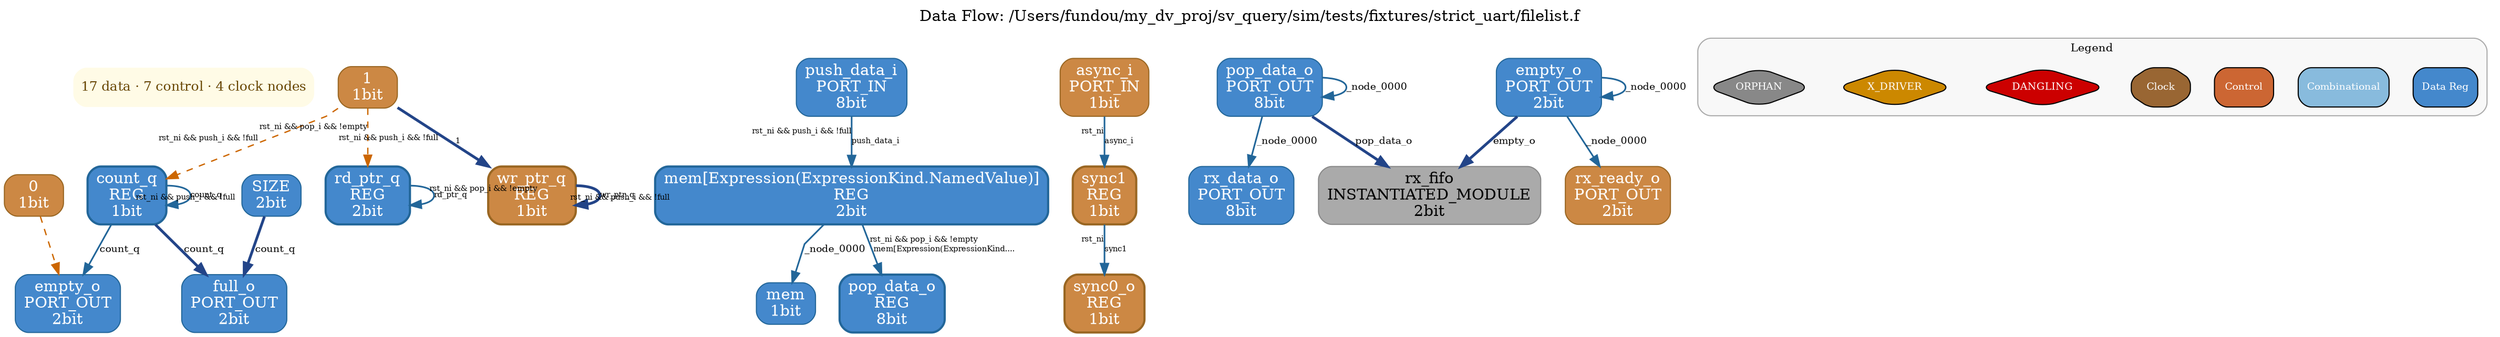
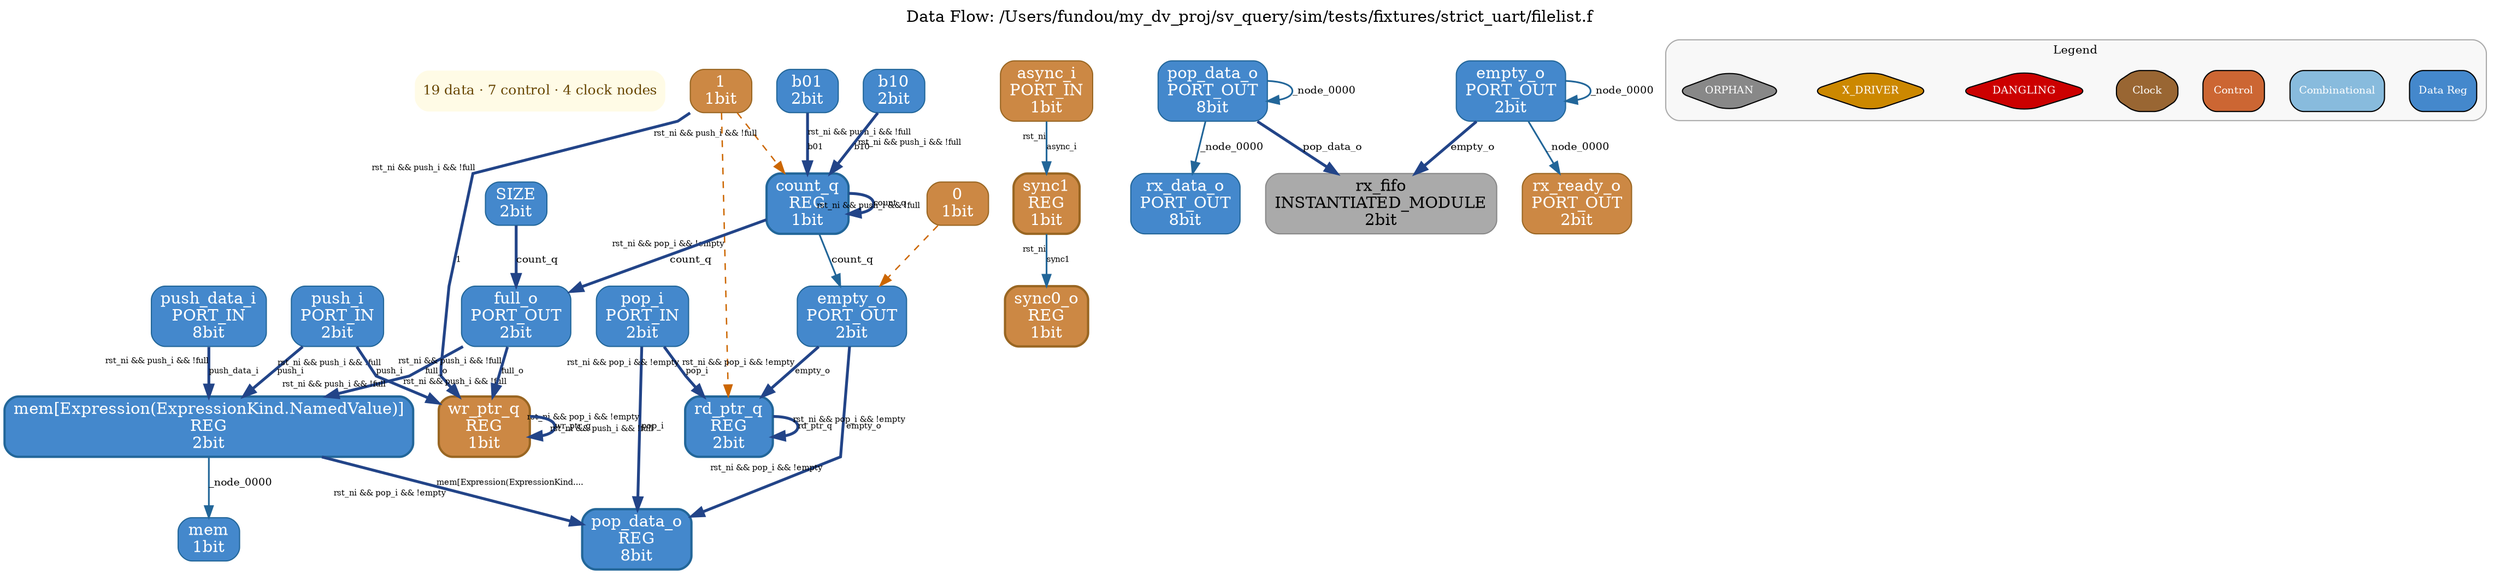
digraph dataflow {
  rankdir=TB;
  label="Data Flow: /Users/fundou/my_dv_proj/sv_query/sim/tests/fixtures/strict_uart/filelist.f";
  labelloc=t;
  fontsize=14;
  ranksep=0.5;
  nodesep=0.3;
  splines=polyline;

  // === TL;DR ===
-   TLDR [shape=plaintext, label="17 data · 7 control · 4 clock nodes",
+   TLDR [shape=plaintext, label="19 data · 7 control · 4 clock nodes",
        fontsize=12, fontcolor="#664400",
        fillcolor="#fffbe6", style="rounded,filled",
        margin=0.1];

  // === Nodes ===
  "0" [label="0\n1bit" shape=box style="rounded,filled" fillcolor="#cc8844" color="#996622" fontcolor="white" penwidth=1];
  "1" [label="1\n1bit" shape=box style="rounded,filled" fillcolor="#cc8844" color="#996622" fontcolor="white" penwidth=1];
  "sync_fifo.SIZE" [label="SIZE\n2bit" shape=box style="rounded,filled" fillcolor="#4488cc" color="#226699" fontcolor="white" penwidth=1];
+   "sync_fifo.b01" [label="b01\n2bit" shape=box style="rounded,filled" fillcolor="#4488cc" color="#226699" fontcolor="white" penwidth=1];
+   "sync_fifo.b10" [label="b10\n2bit" shape=box style="rounded,filled" fillcolor="#4488cc" color="#226699" fontcolor="white" penwidth=1];
  "sync_fifo.count_q" [label="count_q\nREG\n1bit" shape=box style="rounded,filled" fillcolor="#4488cc" color="#226699" fontcolor="white" penwidth=2];
  "sync_fifo.empty_o" [label="empty_o\nPORT_OUT\n2bit" shape=box style="rounded,filled" fillcolor="#4488cc" color="#226699" fontcolor="white" penwidth=1];
  "sync_fifo.full_o" [label="full_o\nPORT_OUT\n2bit" shape=box style="rounded,filled" fillcolor="#4488cc" color="#226699" fontcolor="white" penwidth=1];
  "sync_fifo.mem" [label="mem\n1bit" shape=box style="rounded,filled" fillcolor="#4488cc" color="#226699" fontcolor="white" penwidth=1];
  "sync_fifo.mem[Expression(ExpressionKind.NamedValue)]" [label="mem[Expression(ExpressionKind.NamedValue)]\nREG\n2bit" shape=box style="rounded,filled" fillcolor="#4488cc" color="#226699" fontcolor="white" penwidth=2];
  "sync_fifo.pop_data_o" [label="pop_data_o\nREG\n8bit" shape=box style="rounded,filled" fillcolor="#4488cc" color="#226699" fontcolor="white" penwidth=2];
+   "sync_fifo.pop_i" [label="pop_i\nPORT_IN\n2bit" shape=box style="rounded,filled" fillcolor="#4488cc" color="#226699" fontcolor="white" penwidth=1];
  "sync_fifo.push_data_i" [label="push_data_i\nPORT_IN\n8bit" shape=box style="rounded,filled" fillcolor="#4488cc" color="#226699" fontcolor="white" penwidth=1];
+   "sync_fifo.push_i" [label="push_i\nPORT_IN\n2bit" shape=box style="rounded,filled" fillcolor="#4488cc" color="#226699" fontcolor="white" penwidth=1];
  "sync_fifo.rd_ptr_q" [label="rd_ptr_q\nREG\n2bit" shape=box style="rounded,filled" fillcolor="#4488cc" color="#226699" fontcolor="white" penwidth=2];
  "sync_fifo.wr_ptr_q" [label="wr_ptr_q\nREG\n1bit" shape=box style="rounded,filled" fillcolor="#cc8844" color="#996622" fontcolor="white" penwidth=2];
  "synchronizer.async_i" [label="async_i\nPORT_IN\n1bit" shape=box style="rounded,filled" fillcolor="#cc8844" color="#996622" fontcolor="white" penwidth=1];
  "synchronizer.sync0_o" [label="sync0_o\nREG\n1bit" shape=box style="rounded,filled" fillcolor="#cc8844" color="#996622" fontcolor="white" penwidth=2];
  "synchronizer.sync1" [label="sync1\nREG\n1bit" shape=box style="rounded,filled" fillcolor="#cc8844" color="#996622" fontcolor="white" penwidth=2];
  "uart_top.rx_data_o" [label="rx_data_o\nPORT_OUT\n8bit" shape=box style="rounded,filled" fillcolor="#4488cc" color="#226699" fontcolor="white" penwidth=1];
  "uart_top.rx_fifo" [label="rx_fifo\nINSTANTIATED_MODULE\n2bit" shape=box style="rounded,filled" fillcolor="#aaaaaa" color="#888888" fontcolor="black" penwidth=1];
  "uart_top.rx_fifo.empty_o" [label="empty_o\nPORT_OUT\n2bit" shape=box style="rounded,filled" fillcolor="#4488cc" color="#226699" fontcolor="white" penwidth=1];
  "uart_top.rx_fifo.pop_data_o" [label="pop_data_o\nPORT_OUT\n8bit" shape=box style="rounded,filled" fillcolor="#4488cc" color="#226699" fontcolor="white" penwidth=1];
  "uart_top.rx_ready_o" [label="rx_ready_o\nPORT_OUT\n2bit" shape=box style="rounded,filled" fillcolor="#cc8844" color="#996622" fontcolor="white" penwidth=1];

  // === Data Edges ===
  "synchronizer.async_i" -> "synchronizer.sync1" [color="#226699", style=solid, penwidth=1.5, label="async_i", fontsize=9, xlabel="rst_ni", fontsize=7];
  "synchronizer.sync1" -> "synchronizer.sync0_o" [color="#226699", style=solid, penwidth=1.5, label="sync1", fontsize=9, xlabel="rst_ni", fontsize=7];
-   "sync_fifo.push_data_i" -> "sync_fifo.mem[Expression(ExpressionKind.NamedValue)]" [color="#226699", style=solid, penwidth=1.5, label="push_data_i", fontsize=9, xlabel="rst_ni && push_i && !full", fontsize=7];
+   "sync_fifo.push_i" -> "sync_fifo.mem[Expression(ExpressionKind.NamedValue)]" [color="#226699", style=solid, penwidth=1.5, label="push_i", fontsize=9, xlabel="rst_ni && push_i && !full", fontsize=7, penwidth=2.5, color="#224488"];
+   "sync_fifo.push_i" -> "sync_fifo.wr_ptr_q" [color="#226699", style=solid, penwidth=1.5, label="push_i", fontsize=9, xlabel="rst_ni && push_i && !full", fontsize=7, penwidth=2.5, color="#224488"];
+   "sync_fifo.pop_i" -> "sync_fifo.pop_data_o" [color="#226699", style=solid, penwidth=1.5, label="pop_i", fontsize=9, xlabel="rst_ni && pop_i && !empty", fontsize=7, penwidth=2.5, color="#224488"];
+   "sync_fifo.pop_i" -> "sync_fifo.rd_ptr_q" [color="#226699", style=solid, penwidth=1.5, label="pop_i", fontsize=9, xlabel="rst_ni && pop_i && !empty", fontsize=7, penwidth=2.5, color="#224488"];
+   "sync_fifo.push_data_i" -> "sync_fifo.mem[Expression(ExpressionKind.NamedValue)]" [color="#226699", style=solid, penwidth=1.5, label="push_data_i", fontsize=9, xlabel="rst_ni && push_i && !full", fontsize=7, penwidth=2.5, color="#224488"];
+   "sync_fifo.full_o" -> "sync_fifo.mem[Expression(ExpressionKind.NamedValue)]" [color="#226699", style=solid, penwidth=1.5, label="full_o", fontsize=9, xlabel="rst_ni && push_i && !full", fontsize=7, penwidth=2.5, color="#224488"];
+   "sync_fifo.full_o" -> "sync_fifo.wr_ptr_q" [color="#226699", style=solid, penwidth=1.5, label="full_o", fontsize=9, xlabel="rst_ni && push_i && !full", fontsize=7, penwidth=2.5, color="#224488"];
+   "sync_fifo.empty_o" -> "sync_fifo.pop_data_o" [color="#226699", style=solid, penwidth=1.5, label="empty_o", fontsize=9, xlabel="rst_ni && pop_i && !empty", fontsize=7, penwidth=2.5, color="#224488"];
+   "sync_fifo.empty_o" -> "sync_fifo.rd_ptr_q" [color="#226699", style=solid, penwidth=1.5, label="empty_o", fontsize=9, xlabel="rst_ni && pop_i && !empty", fontsize=7, penwidth=2.5, color="#224488"];
  "sync_fifo.count_q" -> "sync_fifo.empty_o" [color="#226699", style=solid, penwidth=1.5, label="count_q", fontsize=9];
  "sync_fifo.count_q" -> "sync_fifo.full_o" [color="#226699", style=solid, penwidth=1.5, label="count_q", fontsize=9, penwidth=2.5, color="#224488"];
-   "sync_fifo.count_q" -> "sync_fifo.count_q" [color="#226699", style=solid, penwidth=1.5, label="count_q", fontsize=9, xlabel="rst_ni && push_i && !full", fontsize=7];
+   "sync_fifo.count_q" -> "sync_fifo.count_q" [color="#226699", style=solid, penwidth=1.5, label="count_q", fontsize=9, xlabel="rst_ni && push_i && !full", fontsize=7, penwidth=2.5, color="#224488"];
  "sync_fifo.wr_ptr_q" -> "sync_fifo.wr_ptr_q" [color="#226699", style=solid, penwidth=1.5, label="wr_ptr_q", fontsize=9, xlabel="rst_ni && push_i && !full", fontsize=7, penwidth=2.5, color="#224488"];
  "sync_fifo.SIZE" -> "sync_fifo.full_o" [color="#226699", style=solid, penwidth=1.5, label="count_q", fontsize=9, penwidth=2.5, color="#224488"];
-   "sync_fifo.rd_ptr_q" -> "sync_fifo.rd_ptr_q" [color="#226699", style=solid, penwidth=1.5, label="rd_ptr_q", fontsize=9, xlabel="rst_ni && pop_i && !empty", fontsize=7];
-   "sync_fifo.mem[Expression(ExpressionKind.NamedValue)]" -> "sync_fifo.pop_data_o" [color="#226699", style=solid, penwidth=1.5, label="mem[Expression(ExpressionKind....", fontsize=9, xlabel="rst_ni && pop_i && !empty", fontsize=7];
+   "sync_fifo.rd_ptr_q" -> "sync_fifo.rd_ptr_q" [color="#226699", style=solid, penwidth=1.5, label="rd_ptr_q", fontsize=9, xlabel="rst_ni && pop_i && !empty", fontsize=7, penwidth=2.5, color="#224488"];
+   "sync_fifo.mem[Expression(ExpressionKind.NamedValue)]" -> "sync_fifo.pop_data_o" [color="#226699", style=solid, penwidth=1.5, label="mem[Expression(ExpressionKind....", fontsize=9, xlabel="rst_ni && pop_i && !empty", fontsize=7, penwidth=2.5, color="#224488"];
  "sync_fifo.mem[Expression(ExpressionKind.NamedValue)]" -> "sync_fifo.mem" [color="#226699", style=solid, penwidth=1.5, label="_node_0000", fontsize=9];
+   "sync_fifo.b10" -> "sync_fifo.count_q" [color="#226699", style=solid, penwidth=1.5, label="b10", fontsize=9, xlabel="rst_ni && push_i && !full", fontsize=7, penwidth=2.5, color="#224488"];
+   "sync_fifo.b01" -> "sync_fifo.count_q" [color="#226699", style=solid, penwidth=1.5, label="b01", fontsize=9, xlabel="rst_ni && push_i && !full", fontsize=7, penwidth=2.5, color="#224488"];
  "uart_top.rx_fifo.pop_data_o" -> "uart_top.rx_fifo.pop_data_o" [color="#226699", style=solid, penwidth=1.5, label="_node_0000", fontsize=9];
  "uart_top.rx_fifo.pop_data_o" -> "uart_top.rx_data_o" [color="#226699", style=solid, penwidth=1.5, label="_node_0000", fontsize=9];
  "uart_top.rx_fifo.pop_data_o" -> "uart_top.rx_fifo" [color="#226699", style=solid, penwidth=1.5, label="pop_data_o", fontsize=9, penwidth=2.5, color="#224488"];
  "uart_top.rx_fifo.empty_o" -> "uart_top.rx_fifo.empty_o" [color="#226699", style=solid, penwidth=1.5, label="_node_0000", fontsize=9];
  "uart_top.rx_fifo.empty_o" -> "uart_top.rx_ready_o" [color="#226699", style=solid, penwidth=1.5, label="_node_0000", fontsize=9];
  "uart_top.rx_fifo.empty_o" -> "uart_top.rx_fifo" [color="#226699", style=solid, penwidth=1.5, label="empty_o", fontsize=9, penwidth=2.5, color="#224488"];
  "1" -> "sync_fifo.wr_ptr_q" [color="#226699", style=solid, penwidth=1.5, label="1", fontsize=9, xlabel="rst_ni && push_i && !full", fontsize=7, penwidth=2.5, color="#224488"];

  // === Key Control Edges ===
  "0" -> "sync_fifo.empty_o" [color="#CC6600", style=dashed, penwidth=1.2];
  "1" -> "sync_fifo.rd_ptr_q" [color="#CC6600", style=dashed, penwidth=1.2, xlabel="rst_ni && pop_i && !empty", fontsize=7];
  "1" -> "sync_fifo.count_q" [color="#CC6600", style=dashed, penwidth=1.2, xlabel="rst_ni && push_i && !full", fontsize=7];

  // === Legend ===
  subgraph cluster_legend {
    label="Legend";
    style="rounded,filled";
    fillcolor="#f8f8f8";
    color="#aaaaaa";
    fontsize=10;
    rank=sink;
    "legend_dataflow_0" [label="Data Reg" shape=box,style="filled,rounded" fillcolor="#4488cc" fontcolor="white" fontsize=9];
    "legend_dataflow_1" [label="Combinational" shape=box,style="filled,rounded" fillcolor="#88bbdd" fontcolor="white" fontsize=9];
    "legend_dataflow_2" [label="Control" shape=box,style=dashed,style="filled,rounded" fillcolor="#cc6633" fontcolor="white" fontsize=9];
    "legend_dataflow_3" [label="Clock" shape=octagon,style="filled,rounded" fillcolor="#996633" fontcolor="white" fontsize=9];
    "legend_dataflow_4" [label="DANGLING" shape=diamond,style="filled,rounded" fillcolor="#cc0000" fontcolor="white" fontsize=9];
    "legend_dataflow_5" [label="X_DRIVER" shape=diamond,style="filled,rounded" fillcolor="#cc8800" fontcolor="white" fontsize=9];
    "legend_dataflow_6" [label="ORPHAN" shape=diamond,style="filled,rounded" fillcolor="#888888" fontcolor="white" fontsize=9];
  }
}